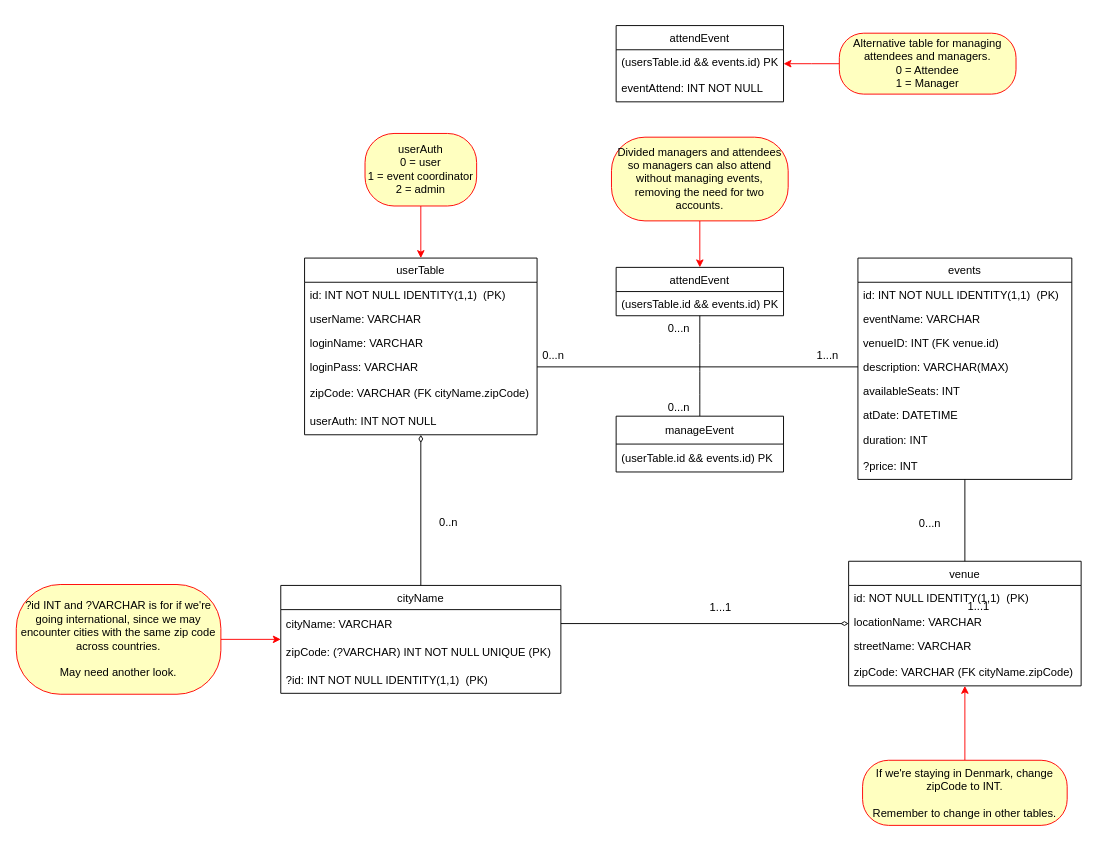
The draw.io diagram .design/event manager.drawio in sandbxk/EventManager, before the edit. Source tidied: cells renumbered, new cells numbered last; positions are measured from the earlier drawing's top-left corner, leaving out a move shared by most shapes. Both pictures are drawn from the tidied source at 93%, with x=0, y=0 at pixel (16, 25).
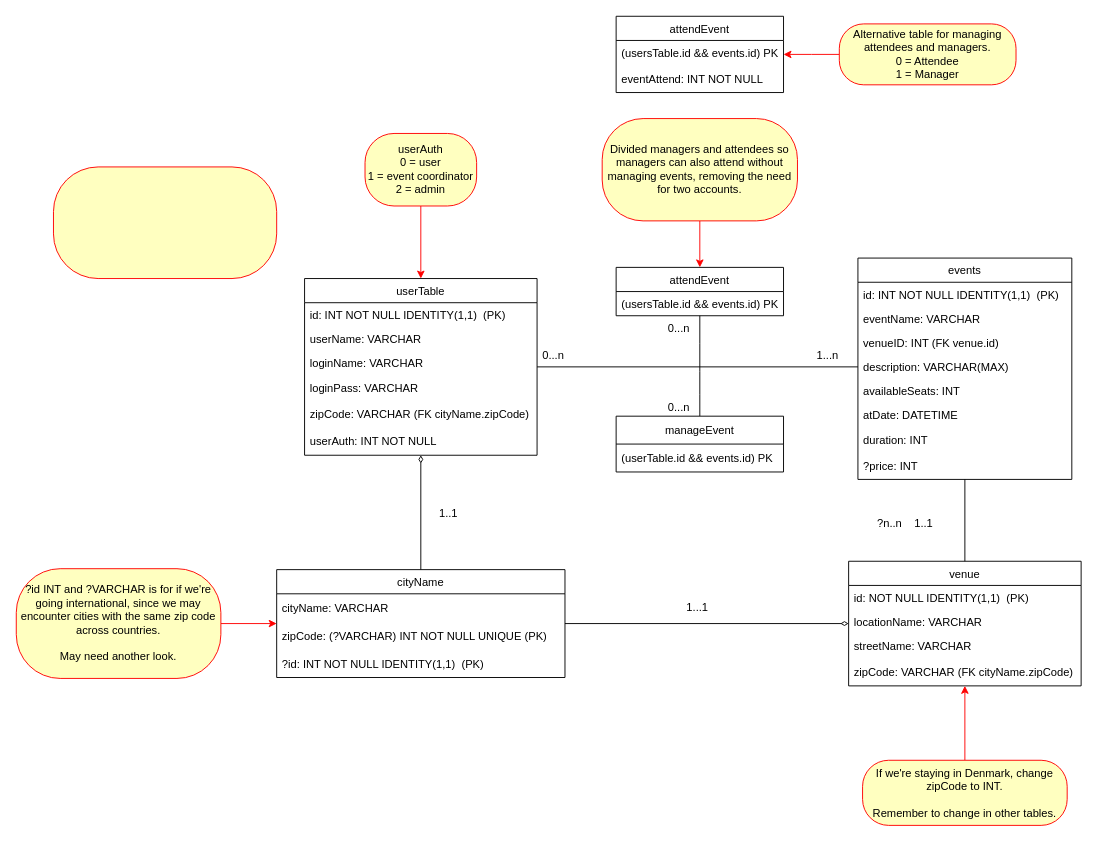
The same diagram, later.

Commit message:
Database UML update 3

Unchanged cells that the change refers to:
```xml
<mxCell id="6" value="description: VARCHAR(MAX)" style="text;strokeColor=none;fillColor=none;align=left;verticalAlign=top;spacingLeft=4;spacingRight=4;overflow=hidden;points=[[0,0.5],[1,0.5]];portConstraint=eastwest;" parent="2" vertex="1">
  <mxGeometry y="104" width="230" height="26" as="geometry" />
</mxCell>
<mxCell id="15" value="loginPass: VARCHAR" style="text;strokeColor=none;fillColor=none;align=left;verticalAlign=top;spacingLeft=4;spacingRight=4;overflow=hidden;points=[[0,0.5],[1,0.5]];portConstraint=eastwest;" parent="11" vertex="1">
  <mxGeometry y="104" width="250" height="26" as="geometry" />
</mxCell>
<mxCell id="19" value="venue" style="swimlane;fontStyle=0;horizontal=1;startSize=26;fillColor=none;" parent="1" vertex="1">
  <mxGeometry x="895" y="576" width="250" height="134" as="geometry" />
</mxCell>
```

Diff of the diagram source:
```diff
@@
     <mxCell id="11" value="userTable" style="swimlane;fontStyle=0;horizontal=1;startSize=26;fillColor=none;" parent="1" vertex="1">
-      <mxGeometry x="310" y="250" width="250" height="190" as="geometry" />
+      <mxGeometry x="310" y="272" width="250" height="190" as="geometry" />
     </mxCell>
@@
     <mxCell id="30" value="cityName" style="swimlane;fontStyle=0;horizontal=1;startSize=26;fillColor=none;" parent="1" vertex="1">
-      <mxGeometry x="284.4" y="602" width="301.2" height="116" as="geometry" />
+      <mxGeometry x="280" y="585" width="310" height="116" as="geometry" />
     </mxCell>
     <mxCell id="31" value="cityName: VARCHAR" style="text;strokeColor=none;fillColor=none;align=left;verticalAlign=middle;spacingLeft=4;spacingRight=4;overflow=hidden;points=[[0,0.5],[1,0.5]];portConstraint=eastwest;" parent="30" vertex="1">
-      <mxGeometry y="26" width="301.2" height="30" as="geometry" />
+      <mxGeometry y="26" width="310" height="30" as="geometry" />
     </mxCell>
     <mxCell id="32" value="zipCode: (?VARCHAR) INT NOT NULL UNIQUE (PK)" style="text;strokeColor=none;fillColor=none;align=left;verticalAlign=middle;spacingLeft=4;spacingRight=4;overflow=hidden;" parent="30" vertex="1">
-      <mxGeometry y="56" width="301.2" height="30" as="geometry" />
+      <mxGeometry y="56" width="310" height="30" as="geometry" />
     </mxCell>
     <mxCell id="33" value="?id: INT NOT NULL IDENTITY(1,1)  (PK)" style="text;strokeColor=none;fillColor=none;align=left;verticalAlign=middle;spacingLeft=4;spacingRight=4;overflow=hidden;" parent="30" vertex="1">
-      <mxGeometry y="86" width="301.2" height="30" as="geometry" />
+      <mxGeometry y="86" width="310" height="30" as="geometry" />
     </mxCell>
@@
     <mxCell id="38" value="Divided managers and attendees so managers can also attend without managing events, removing the need for two accounts." style="rounded=1;whiteSpace=wrap;html=1;arcSize=40;fontColor=#000000;fillColor=#ffffc0;strokeColor=#ff0000;" parent="1" vertex="1">
-      <mxGeometry x="640" y="120" width="190" height="90" as="geometry" />
+      <mxGeometry x="630" y="100" width="210" height="110" as="geometry" />
     </mxCell>
-    <mxCell id="39" style="edgeStyle=orthogonalEdgeStyle;rounded=0;jettySize=auto;html=1;entryX=0;entryY=0.5;entryDx=0;entryDy=0;strokeColor=#000000;endArrow=none;endFill=0;" parent="1" edge="1" source="15" target="6">
+    <mxCell id="39" style="edgeStyle=orthogonalEdgeStyle;rounded=0;jettySize=auto;html=1;entryX=0;entryY=0.5;entryDx=0;entryDy=0;strokeColor=#000000;endArrow=none;endFill=0;" parent="1" edge="1" source="11" target="6">
       <mxGeometry relative="1" as="geometry" />
     </mxCell>
-    <mxCell id="40" value="0..n" style="text;html=1;strokeColor=none;fillColor=none;align=center;verticalAlign=middle;whiteSpace=wrap;rounded=0;" parent="1" vertex="1">
-      <mxGeometry x="435" y="520" width="60" height="30" as="geometry" />
+    <mxCell id="40" value="1..1" style="text;html=1;strokeColor=none;fillColor=none;align=center;verticalAlign=middle;whiteSpace=wrap;rounded=0;" parent="1" vertex="1">
+      <mxGeometry x="435" y="510" width="60" height="30" as="geometry" />
     </mxCell>
@@
-    <mxCell id="43" value="0...n" style="text;strokeColor=none;fillColor=none;align=left;verticalAlign=middle;spacingLeft=4;spacingRight=4;overflow=hidden;" parent="1" vertex="1">
-      <mxGeometry x="965" y="520" width="40" height="30" as="geometry" />
+    <mxCell id="43" value="?n..n" style="text;strokeColor=none;fillColor=none;align=left;verticalAlign=middle;spacingLeft=4;spacingRight=4;overflow=hidden;" parent="1" vertex="1">
+      <mxGeometry x="920" y="520" width="40" height="30" as="geometry" />
     </mxCell>
-    <mxCell id="44" style="edgeStyle=orthogonalEdgeStyle;rounded=0;jettySize=auto;html=1;endArrow=diamondThin;endFill=0;strokeColor=#000000;" parent="1" edge="1" source="31" target="19">
+    <mxCell id="44" style="edgeStyle=orthogonalEdgeStyle;rounded=0;jettySize=auto;html=1;endArrow=diamondThin;endFill=0;strokeColor=#000000;" parent="1" edge="1" source="30" target="19">
       <mxGeometry relative="1" as="geometry" />
     </mxCell>
     <mxCell id="45" value="1...1" style="text;strokeColor=none;fillColor=none;align=left;verticalAlign=middle;spacingLeft=4;spacingRight=4;overflow=hidden;" parent="1" vertex="1">
-      <mxGeometry x="740" y="610" width="40" height="30" as="geometry" />
+      <mxGeometry x="715" y="610" width="40" height="30" as="geometry" />
     </mxCell>
@@
     <mxCell id="47" value="?id INT and ?VARCHAR is for if we're going international, since we may encounter cities with the same zip code across countries.&lt;br&gt;&lt;br&gt;May need another look." style="rounded=1;whiteSpace=wrap;html=1;arcSize=40;fontColor=#000000;fillColor=#ffffc0;strokeColor=#ff0000;" parent="1" vertex="1">
-      <mxGeometry y="601" width="220" height="118" as="geometry" />
+      <mxGeometry y="584" width="220" height="118" as="geometry" />
     </mxCell>
-    <mxCell id="48" value="1...1" style="text;html=1;strokeColor=none;fillColor=none;align=center;verticalAlign=middle;whiteSpace=wrap;rounded=0;" parent="1" vertex="1">
-      <mxGeometry x="1005" y="610" width="60" height="30" as="geometry" />
-    </mxCell>
@@
     <mxCell id="51" value="attendEvent" style="swimlane;fontStyle=0;horizontal=1;startSize=26;fillColor=none;" parent="1" vertex="1">
-      <mxGeometry x="645" width="180" height="82" as="geometry" />
+      <mxGeometry x="645" y="-10" width="180" height="82" as="geometry" />
     </mxCell>
@@
     <mxCell id="55" value="Alternative table for managing attendees and managers.&lt;br&gt;0 = Attendee&lt;br&gt;1 = Manager" style="rounded=1;whiteSpace=wrap;html=1;arcSize=40;fontColor=#000000;fillColor=#ffffc0;strokeColor=#ff0000;" parent="1" vertex="1">
-      <mxGeometry x="885" y="8.2" width="190" height="65.5" as="geometry" />
+      <mxGeometry x="885" y="-1.8" width="190" height="65.5" as="geometry" />
     </mxCell>
@@
+    <mxCell id="58" style="rounded=1;whiteSpace=wrap;html=1;arcSize=40;fontColor=#000000;fillColor=#ffffc0;strokeColor=#ff0000;" parent="1" vertex="1">
+      <mxGeometry x="40" y="152" width="240" height="120" as="geometry" />
+    </mxCell>
+    <mxCell id="59" value="1..1" style="text;strokeColor=none;fillColor=none;align=left;verticalAlign=middle;spacingLeft=4;spacingRight=4;overflow=hidden;" parent="1" vertex="1">
+      <mxGeometry x="960" y="520" width="40" height="30" as="geometry" />
+    </mxCell>
```
